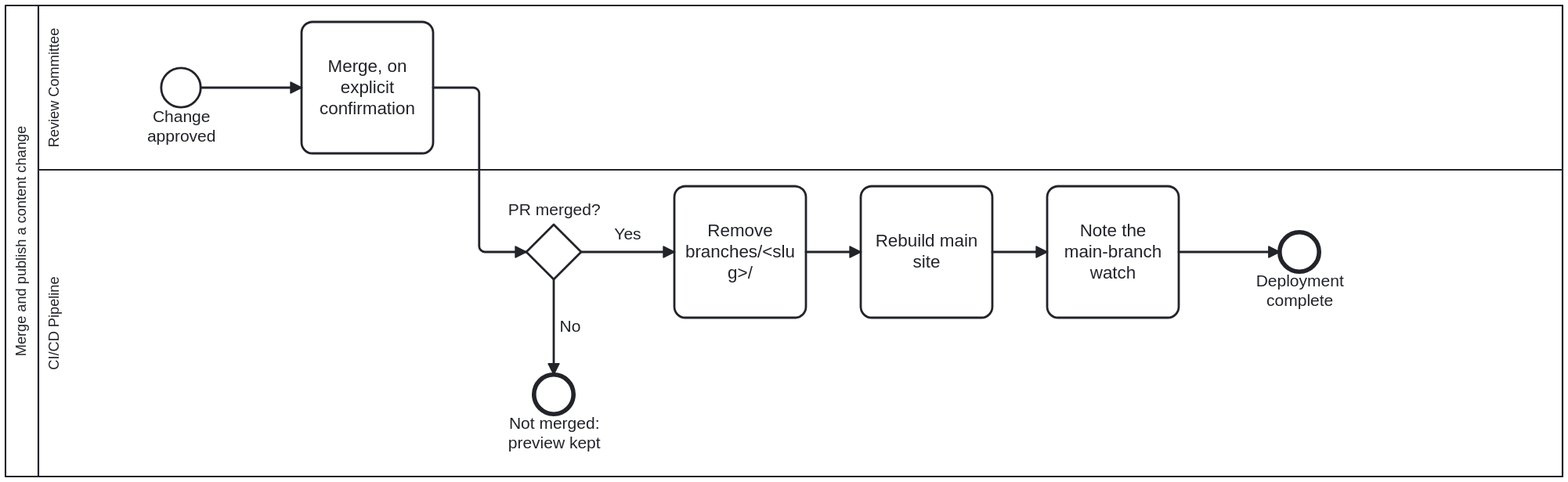
This is processes/content/content-change-review-publish.svg from litlfred/folio-assistant-core, a BPMN export, as it was before one commit. Its source is kept beside it as processes/content/content-change-review-publish.bpmn. Ids are renumbered. Its diagram source:
```xml
<bpmn:definitions xmlns:bootstrap.processes="https://litlfred.github.io/bootstrap/v0/processes/ns/"
 xmlns:cat-harness.processes="https://litlfred.github.io/cat-harness/v0/processes/ns/" xmlns:bpmn="http://www.omg.org/spec/BPMN/20100524/MODEL"
                  xmlns:bpmndi="http://www.omg.org/spec/BPMN/20100524/DI"
                  xmlns:dc="http://www.omg.org/spec/DD/20100524/DC"
                  xmlns:di="http://www.omg.org/spec/DD/20100524/DI"
                  id="Definitions_ContentChangeReviewPublish"
                  targetNamespace="https://litlfred.github.io/folio-assistant/workflows"
                  exporter="folio-assistant" exporterVersion="0.1.0">
  <bpmn:import namespace="https://litlfred.github.io/bootstrap/v0/processes/ns/" location="https://litlfred.github.io/bootstrap/v0/processes/ns.jsonld" importType="http://www.w3.org/ns/json-ld"/>
  <bpmn:resource id="build-pipeline" name="Build pipeline"/>
  <bpmn:resource id="reviewer" name="Reviewer / SME"/>

  <bpmn:collaboration id="Collaboration_ContentChangeReviewPublish">
    <bpmn:participant id="Participant_ContentChangeReviewPublish" name="Merge and publish a content change" processRef="Process_ContentChangeReviewPublish" />
  </bpmn:collaboration>

  <bpmn:process id="Process_ContentChangeReviewPublish" name="Merge and publish a content change" isExecutable="false">
    <bpmn:documentation>Merging an approved content change on the owner's explicit confirmation and publishing it: remove the staging preview, rebuild the main site and watch it. A change that is not merged keeps its preview.

Called from content-change-review after the committee approves. Approving is the committee's judgement and merging is a separate, confirmed act, which is why the merge opens this phase rather than closing the review.</bpmn:documentation>
    <bpmn:laneSet id="LaneSet_ContentChangeReviewPublish">
      <bpmn:lane id="Lane_Reviewer" name="Review Committee" partitionElementRef="reviewer">
        <bpmn:documentation>Merges only on the owner's explicit confirmation.</bpmn:documentation>
        <bpmn:flowNodeRef>Start_Publish</bpmn:flowNodeRef>
        <bpmn:flowNodeRef>Task_Merge</bpmn:flowNodeRef>
      </bpmn:lane>
      <bpmn:lane id="Lane_Pipeline" name="CI/CD Pipeline" partitionElementRef="build-pipeline">
        <bpmn:documentation>GW_Merged checks whether the approval resulted in a merge; it does not decide whether to approve one, and a "No" ends the run instead of looping back into review.</bpmn:documentation>
        <bpmn:flowNodeRef>GW_Merged</bpmn:flowNodeRef>
        <bpmn:flowNodeRef>End_NotMerged</bpmn:flowNodeRef>
        <bpmn:flowNodeRef>Task_CleanupStaging</bpmn:flowNodeRef>
        <bpmn:flowNodeRef>Task_RebuildMain</bpmn:flowNodeRef>
        <bpmn:flowNodeRef>Task_WatchMainCI</bpmn:flowNodeRef>
        <bpmn:flowNodeRef>End_Pipeline</bpmn:flowNodeRef>
      </bpmn:lane>
    </bpmn:laneSet>

    <bpmn:startEvent id="Start_Publish" name="Change approved">
      <bpmn:outgoing>r0</bpmn:outgoing>
    </bpmn:startEvent>
    <bpmn:task id="Task_Merge" name="Merge, on explicit confirmation">
      <bpmn:documentation>
        The owner says "merge it", and only then is the branch merged. Merge
        to main triggers:
        1. the main site rebuilds with the changes;
        2. the staging preview's cleanup runs;
        3. the review comments committed on the feature branch land on main,
           as the review record.
      </bpmn:documentation>
      <bpmn:extensionElements>
        <bootstrap.processes:skill ref="prepare-merge" />
      </bpmn:extensionElements>
      <bpmn:incoming>r0</bpmn:incoming>
      <bpmn:outgoing>flow_approve_to_pipeline</bpmn:outgoing>
    </bpmn:task>
    <bpmn:exclusiveGateway id="GW_Merged" name="PR merged?">
  <bpmn:documentation>Was the PR merged? `Yes` removes the branches/&lt;slug&gt;/ preview; `No` ends this run at End_NotMerged without deploying and without looping back into review (the lane note says why); the preview stays in place, and the next push starts a new run.</bpmn:documentation>
      <bpmn:incoming>flow_approve_to_pipeline</bpmn:incoming>
      <bpmn:outgoing>p5</bpmn:outgoing>
      <bpmn:outgoing>p8</bpmn:outgoing>
    </bpmn:exclusiveGateway>
    <bpmn:endEvent id="End_NotMerged" name="Not merged: preview kept">
      <bpmn:documentation>The approval did not end in a merge. Nothing is deployed and branches/&lt;slug&gt;/ is left up; a later push to the branch starts a new run of this process.</bpmn:documentation>
      <bpmn:incoming>p8</bpmn:incoming>
    </bpmn:endEvent>
    <bpmn:task id="Task_CleanupStaging" name="Remove branches/&lt;slug&gt;/">
      <bpmn:extensionElements>
        <bootstrap.processes:skill ref="feature-staging"/>
      </bpmn:extensionElements>

      <bpmn:documentation>
        When the PR is merged or closed, the cleanup job
        removes the branches/&lt;slug&gt;/ directory from gh-pages
        so stale previews don't accumulate.
      </bpmn:documentation>
      <bpmn:incoming>p5</bpmn:incoming>
      <bpmn:outgoing>p6</bpmn:outgoing>
    </bpmn:task>
    <bpmn:task id="Task_RebuildMain" name="Rebuild main site">
      <bpmn:extensionElements>
        <bootstrap.processes:skill ref="content-publish"/>
      </bpmn:extensionElements>

      <bpmn:documentation>
        docs-site.yml triggers on the merge commit to main,
        rebuilding the root of gh-pages with the accepted changes.
        The build SHA stamp now reflects the merged state.
      </bpmn:documentation>
      <bpmn:incoming>p6</bpmn:incoming>
      <bpmn:outgoing>p7</bpmn:outgoing>
    </bpmn:task>
    <bpmn:task id="Task_WatchMainCI" name="Note the main-branch watch">
      <bpmn:extensionElements>
        <bootstrap.processes:skill ref="watch" />
        <bootstrap.processes:skill ref="todo-manager" />
        <cat-harness.processes:bean op="note" />
      </bpmn:extensionElements>

      <bpmn:documentation>
        Second dispatch point: the change was approved and merged, and the
        root of the site has been rebuilt from main. A failing main build
        can look like a green run from inside the repo.

        `note` rather than `claim`: the branch-watch bean already exists, and
        whether the publish SUCCEEDED is not this step's judgement (the build
        reports its own exit code). A bean is not closed on someone else's
        say-so, so the step records what it observed and leaves the verdict
        to the watcher.
      </bpmn:documentation>
      <bpmn:incoming>p7</bpmn:incoming>
      <bpmn:outgoing>p7b</bpmn:outgoing>
    </bpmn:task>
    <bpmn:endEvent id="End_Pipeline" name="Deployment complete">
      <bpmn:incoming>p7b</bpmn:incoming>
    </bpmn:endEvent>

    <bpmn:sequenceFlow id="r0" sourceRef="Start_Publish" targetRef="Task_Merge" />
    <bpmn:sequenceFlow id="flow_approve_to_pipeline" sourceRef="Task_Merge" targetRef="GW_Merged" />
    <bpmn:sequenceFlow id="p5" name="Yes" sourceRef="GW_Merged" targetRef="Task_CleanupStaging" />
    <bpmn:sequenceFlow id="p8" name="No" sourceRef="GW_Merged" targetRef="End_NotMerged" />
    <bpmn:sequenceFlow id="p6" sourceRef="Task_CleanupStaging" targetRef="Task_RebuildMain" />
    <bpmn:sequenceFlow id="p7" sourceRef="Task_RebuildMain" targetRef="Task_WatchMainCI" />
    <bpmn:sequenceFlow id="p7b" sourceRef="Task_WatchMainCI" targetRef="End_Pipeline" />
  </bpmn:process>

  <bpmndi:BPMNDiagram id="BPMNDiagram_ContentChangeReviewPublish">
    <bpmndi:BPMNPlane id="BPMNPlane_ContentChangeReviewPublish" bpmnElement="Collaboration_ContentChangeReviewPublish">
      <bpmndi:BPMNShape id="Participant_ContentChangeReviewPublish_di" bpmnElement="Participant_ContentChangeReviewPublish" isHorizontal="true">
        <dc:Bounds x="100" y="80" width="1420" height="430" />
      </bpmndi:BPMNShape>
      <bpmndi:BPMNShape id="Lane_Reviewer_di" bpmnElement="Lane_Reviewer" isHorizontal="true">
        <dc:Bounds x="130" y="80" width="1390" height="150" />
      </bpmndi:BPMNShape>
      <bpmndi:BPMNShape id="Lane_Pipeline_di" bpmnElement="Lane_Pipeline" isHorizontal="true">
        <dc:Bounds x="130" y="230" width="1390" height="280" />
      </bpmndi:BPMNShape>
      <bpmndi:BPMNShape id="Start_Publish_di" bpmnElement="Start_Publish">
        <dc:Bounds x="242" y="137" width="36" height="36" />
      </bpmndi:BPMNShape>
      <bpmndi:BPMNShape id="Task_Merge_di" bpmnElement="Task_Merge">
        <dc:Bounds x="370" y="95" width="120" height="120" />
      </bpmndi:BPMNShape>
      <bpmndi:BPMNShape id="GW_Merged_di" bpmnElement="GW_Merged">
        <dc:Bounds x="575" y="280" width="50" height="50" />

      <bpmndi:BPMNLabel><dc:Bounds x="555" y="258" width="90" height="18" /></bpmndi:BPMNLabel></bpmndi:BPMNShape>
      <bpmndi:BPMNShape id="End_NotMerged_di" bpmnElement="End_NotMerged">
        <dc:Bounds x="582" y="417" width="36" height="36" />
      </bpmndi:BPMNShape>
      <bpmndi:BPMNShape id="Task_CleanupStaging_di" bpmnElement="Task_CleanupStaging">
        <dc:Bounds x="710" y="245" width="120" height="120" />
      </bpmndi:BPMNShape>
      <bpmndi:BPMNShape id="Task_RebuildMain_di" bpmnElement="Task_RebuildMain">
        <dc:Bounds x="880" y="245" width="120" height="120" />
      </bpmndi:BPMNShape>
      <bpmndi:BPMNShape id="Task_WatchMainCI_di" bpmnElement="Task_WatchMainCI">
        <dc:Bounds x="1050" y="245" width="120" height="120" />
      </bpmndi:BPMNShape>
      <bpmndi:BPMNShape id="End_Pipeline_di" bpmnElement="End_Pipeline">
        <dc:Bounds x="1262" y="287" width="36" height="36" />
      </bpmndi:BPMNShape>
      <bpmndi:BPMNEdge id="r0_di" bpmnElement="r0">
        <di:waypoint x="278" y="155" />
        <di:waypoint x="370" y="155" />
      </bpmndi:BPMNEdge>
      <bpmndi:BPMNEdge id="flow_approve_to_pipeline_di" bpmnElement="flow_approve_to_pipeline">
        <di:waypoint x="490" y="155" />
        <di:waypoint x="532" y="155" />
        <di:waypoint x="532" y="305" />
        <di:waypoint x="575" y="305" />
      </bpmndi:BPMNEdge>
      <bpmndi:BPMNEdge id="p5_di" bpmnElement="p5">
        <di:waypoint x="625" y="305" />
        <di:waypoint x="710" y="305" />
      </bpmndi:BPMNEdge>
      <bpmndi:BPMNEdge id="p8_di" bpmnElement="p8">
        <di:waypoint x="600" y="330" />
        <di:waypoint x="600" y="417" />
      </bpmndi:BPMNEdge>
      <bpmndi:BPMNEdge id="p6_di" bpmnElement="p6">
        <di:waypoint x="830" y="305" />
        <di:waypoint x="880" y="305" />
      </bpmndi:BPMNEdge>
      <bpmndi:BPMNEdge id="p7_di" bpmnElement="p7">
        <di:waypoint x="1000" y="305" />
        <di:waypoint x="1050" y="305" />
      </bpmndi:BPMNEdge>
      <bpmndi:BPMNEdge id="p7b_di" bpmnElement="p7b">
        <di:waypoint x="1170" y="305" />
        <di:waypoint x="1262" y="305" />
      </bpmndi:BPMNEdge>
    </bpmndi:BPMNPlane>
  </bpmndi:BPMNDiagram>
</bpmn:definitions>
```
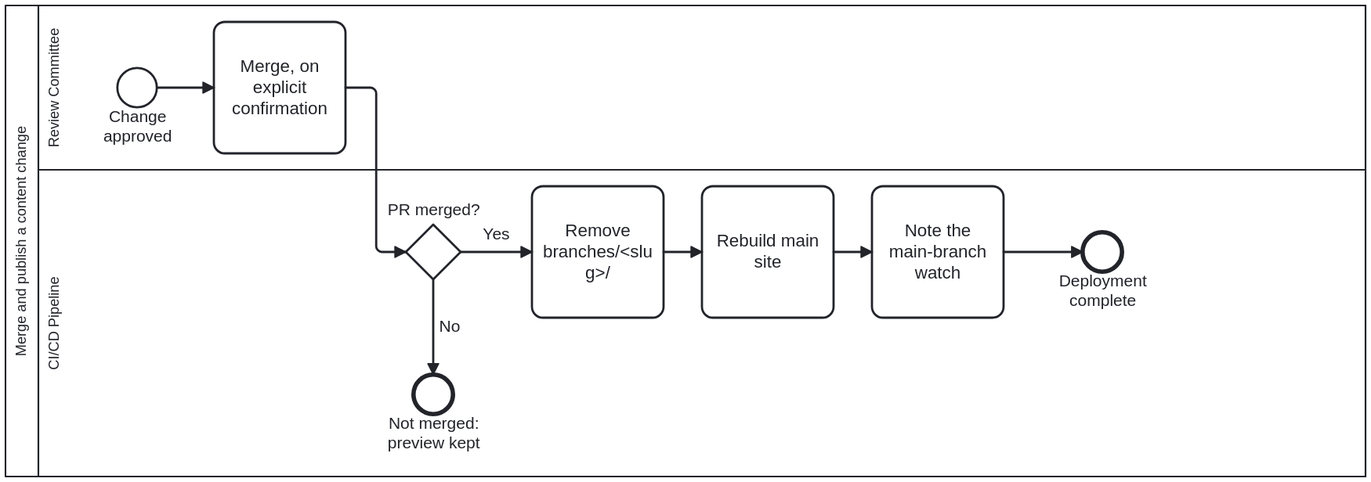
The same file after the commit.

Change to the diagram source:
```diff
@@ -126,68 +126,68 @@
   <bpmndi:BPMNDiagram id="BPMNDiagram_ContentChangeReviewPublish">
     <bpmndi:BPMNPlane id="BPMNPlane_ContentChangeReviewPublish" bpmnElement="Collaboration_ContentChangeReviewPublish">
       <bpmndi:BPMNShape id="Participant_ContentChangeReviewPublish_di" bpmnElement="Participant_ContentChangeReviewPublish" isHorizontal="true">
-        <dc:Bounds x="100" y="80" width="1420" height="430" />
+        <dc:Bounds x="100" y="80" width="1240" height="430" />
       </bpmndi:BPMNShape>
       <bpmndi:BPMNShape id="Lane_Reviewer_di" bpmnElement="Lane_Reviewer" isHorizontal="true">
-        <dc:Bounds x="130" y="80" width="1390" height="150" />
+        <dc:Bounds x="130" y="80" width="1210" height="150" />
       </bpmndi:BPMNShape>
       <bpmndi:BPMNShape id="Lane_Pipeline_di" bpmnElement="Lane_Pipeline" isHorizontal="true">
-        <dc:Bounds x="130" y="230" width="1390" height="280" />
+        <dc:Bounds x="130" y="230" width="1210" height="280" />
       </bpmndi:BPMNShape>
       <bpmndi:BPMNShape id="Start_Publish_di" bpmnElement="Start_Publish">
-        <dc:Bounds x="242" y="137" width="36" height="36" />
+        <dc:Bounds x="202" y="137" width="36" height="36" />
       </bpmndi:BPMNShape>
       <bpmndi:BPMNShape id="Task_Merge_di" bpmnElement="Task_Merge">
-        <dc:Bounds x="370" y="95" width="120" height="120" />
+        <dc:Bounds x="290" y="95" width="120" height="120" />
       </bpmndi:BPMNShape>
       <bpmndi:BPMNShape id="GW_Merged_di" bpmnElement="GW_Merged">
-        <dc:Bounds x="575" y="280" width="50" height="50" />
-
-      <bpmndi:BPMNLabel><dc:Bounds x="555" y="258" width="90" height="18" /></bpmndi:BPMNLabel></bpmndi:BPMNShape>
+        <dc:Bounds x="465" y="280" width="50" height="50" />
+        <bpmndi:BPMNLabel><dc:Bounds x="445" y="258" width="90" height="18" /></bpmndi:BPMNLabel>
+      </bpmndi:BPMNShape>
       <bpmndi:BPMNShape id="End_NotMerged_di" bpmnElement="End_NotMerged">
-        <dc:Bounds x="582" y="417" width="36" height="36" />
+        <dc:Bounds x="472" y="417" width="36" height="36" />
       </bpmndi:BPMNShape>
       <bpmndi:BPMNShape id="Task_CleanupStaging_di" bpmnElement="Task_CleanupStaging">
-        <dc:Bounds x="710" y="245" width="120" height="120" />
+        <dc:Bounds x="580" y="245" width="120" height="120" />
       </bpmndi:BPMNShape>
       <bpmndi:BPMNShape id="Task_RebuildMain_di" bpmnElement="Task_RebuildMain">
-        <dc:Bounds x="880" y="245" width="120" height="120" />
+        <dc:Bounds x="735" y="245" width="120" height="120" />
       </bpmndi:BPMNShape>
       <bpmndi:BPMNShape id="Task_WatchMainCI_di" bpmnElement="Task_WatchMainCI">
-        <dc:Bounds x="1050" y="245" width="120" height="120" />
+        <dc:Bounds x="890" y="245" width="120" height="120" />
       </bpmndi:BPMNShape>
       <bpmndi:BPMNShape id="End_Pipeline_di" bpmnElement="End_Pipeline">
-        <dc:Bounds x="1262" y="287" width="36" height="36" />
+        <dc:Bounds x="1082" y="287" width="36" height="36" />
       </bpmndi:BPMNShape>
       <bpmndi:BPMNEdge id="r0_di" bpmnElement="r0">
-        <di:waypoint x="278" y="155" />
-        <di:waypoint x="370" y="155" />
+        <di:waypoint x="238" y="155" />
+        <di:waypoint x="290" y="155" />
       </bpmndi:BPMNEdge>
       <bpmndi:BPMNEdge id="flow_approve_to_pipeline_di" bpmnElement="flow_approve_to_pipeline">
-        <di:waypoint x="490" y="155" />
-        <di:waypoint x="532" y="155" />
-        <di:waypoint x="532" y="305" />
-        <di:waypoint x="575" y="305" />
+        <di:waypoint x="410" y="155" />
+        <di:waypoint x="438" y="155" />
+        <di:waypoint x="438" y="305" />
+        <di:waypoint x="465" y="305" />
       </bpmndi:BPMNEdge>
       <bpmndi:BPMNEdge id="p5_di" bpmnElement="p5">
-        <di:waypoint x="625" y="305" />
-        <di:waypoint x="710" y="305" />
+        <di:waypoint x="515" y="305" />
+        <di:waypoint x="580" y="305" />
       </bpmndi:BPMNEdge>
       <bpmndi:BPMNEdge id="p8_di" bpmnElement="p8">
-        <di:waypoint x="600" y="330" />
-        <di:waypoint x="600" y="417" />
+        <di:waypoint x="490" y="330" />
+        <di:waypoint x="490" y="417" />
       </bpmndi:BPMNEdge>
       <bpmndi:BPMNEdge id="p6_di" bpmnElement="p6">
-        <di:waypoint x="830" y="305" />
-        <di:waypoint x="880" y="305" />
+        <di:waypoint x="700" y="305" />
+        <di:waypoint x="735" y="305" />
       </bpmndi:BPMNEdge>
       <bpmndi:BPMNEdge id="p7_di" bpmnElement="p7">
-        <di:waypoint x="1000" y="305" />
-        <di:waypoint x="1050" y="305" />
+        <di:waypoint x="855" y="305" />
+        <di:waypoint x="890" y="305" />
       </bpmndi:BPMNEdge>
       <bpmndi:BPMNEdge id="p7b_di" bpmnElement="p7b">
-        <di:waypoint x="1170" y="305" />
-        <di:waypoint x="1262" y="305" />
+        <di:waypoint x="1010" y="305" />
+        <di:waypoint x="1082" y="305" />
       </bpmndi:BPMNEdge>
     </bpmndi:BPMNPlane>
   </bpmndi:BPMNDiagram>
```
